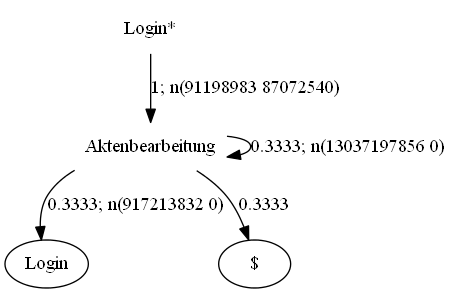
This is examples/aida-gear/visualization/none/graph6.png from alperhi/wessbas.behaviorModelExtractor, a Graphviz export, as it was before one commit. Its source is kept beside it as examples/aida-gear/output/none/graph6.dot.
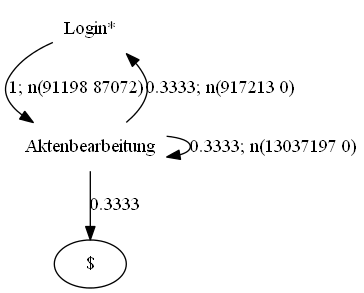
The same file after the commit.

What changed in the source:
```diff
@@ -1,8 +1,8 @@
 digraph G {
 "Login*" [label="Login*",shape=none];
 "Aktenbearbeitung" [label="Aktenbearbeitung",shape=none];
-"Login*"->"Aktenbearbeitung" [style=solid,label="1; n(91198983 87072540)"];
-"Aktenbearbeitung"->"Login" [style=solid,label="0.3333; n(917213832 0)"];
-"Aktenbearbeitung"->"Aktenbearbeitung" [style=solid,label="0.3333; n(13037197856 0)"];
+"Login*"->"Aktenbearbeitung" [style=solid,label="1; n(91198 87072)"];
+"Aktenbearbeitung"->"Login*" [style=solid,label="0.3333; n(917213 0)"];
+"Aktenbearbeitung"->"Aktenbearbeitung" [style=solid,label="0.3333; n(13037197 0)"];
 "Aktenbearbeitung"->"$" [style=solid,label="0.3333"];
 }
```
